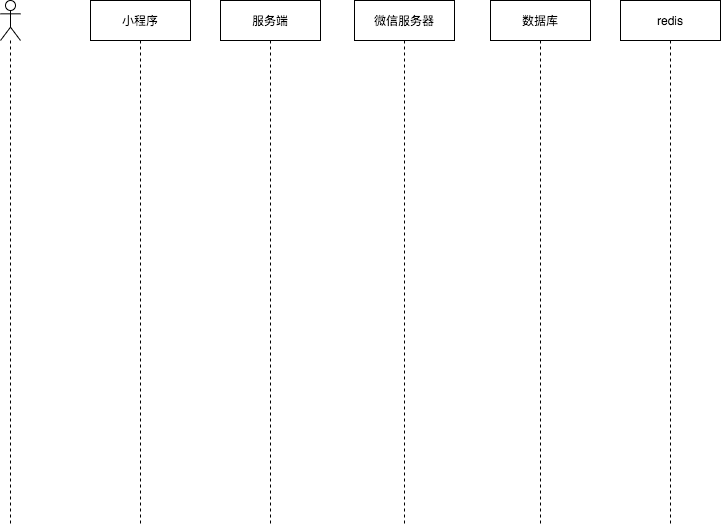
Above: 时序图/小程序登录时序.png in qiuguorong/uml-diagram (draw.io), before the change. Source tidied: cells renumbered, new cells last; positions are measured from the earlier drawing's top-left corner, leaving out a move shared by most shapes. Source of this version:
```xml
<mxGraphModel>
  <root>
    <mxCell id="0" />
    <mxCell id="1" parent="0" />
    <mxCell id="2" value="小程序" style="shape=umlLifeline;perimeter=lifelinePerimeter;whiteSpace=wrap;html=1;outlineConnect=0;" parent="1" vertex="1">
      <mxGeometry x="90" width="100" height="523" as="geometry" />
    </mxCell>
    <mxCell id="3" value="服务端" style="shape=umlLifeline;perimeter=lifelinePerimeter;whiteSpace=wrap;html=1;outlineConnect=0;" parent="1" vertex="1">
      <mxGeometry x="220" width="100" height="523" as="geometry" />
    </mxCell>
    <mxCell id="4" value="数据库" style="shape=umlLifeline;perimeter=lifelinePerimeter;whiteSpace=wrap;html=1;" parent="1" vertex="1">
      <mxGeometry x="490" width="100" height="523" as="geometry" />
    </mxCell>
    <mxCell id="5" value="redis" style="shape=umlLifeline;perimeter=lifelinePerimeter;whiteSpace=wrap;html=1;" parent="1" vertex="1">
      <mxGeometry x="620" width="100" height="523" as="geometry" />
    </mxCell>
    <mxCell id="6" value="微信服务器" style="shape=umlLifeline;perimeter=lifelinePerimeter;whiteSpace=wrap;html=1;" parent="1" vertex="1">
      <mxGeometry x="354" width="100" height="523" as="geometry" />
    </mxCell>
    <mxCell id="7" style="shape=umlLifeline;participant=umlActor;perimeter=lifelinePerimeter;whiteSpace=wrap;html=1;verticalAlign=top;spacingTop=36;outlineConnect=0;" parent="1" vertex="1">
      <mxGeometry width="20" height="523" as="geometry" />
    </mxCell>
  </root>
</mxGraphModel>
```
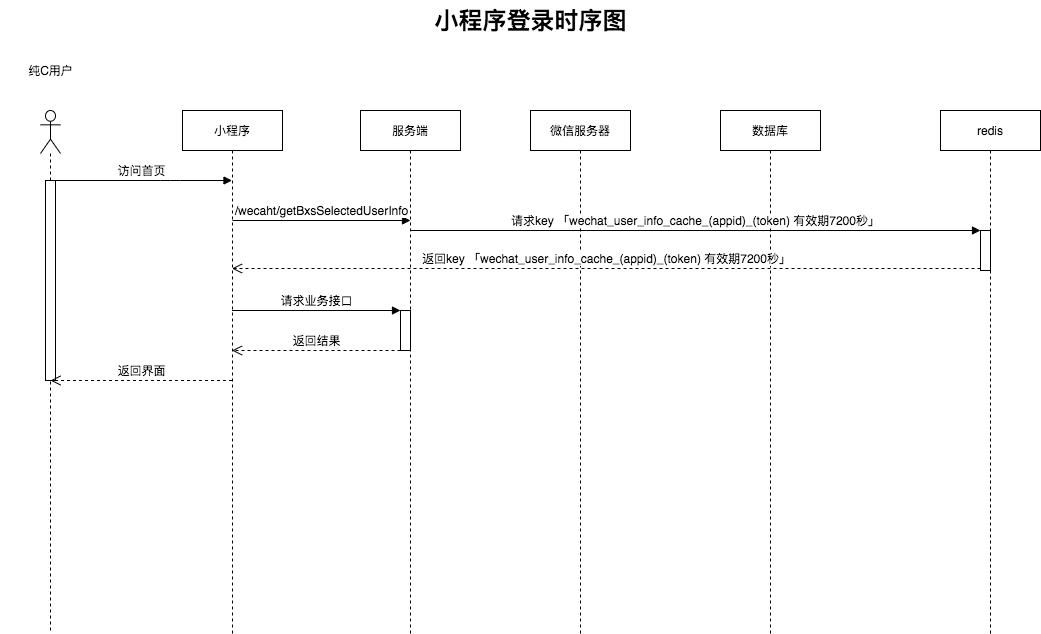
The same file after the commit.

Commit message:
Update 小程序登录时序.png

The edit, as a diff of the source:
```diff
@@ -3,22 +3,71 @@
     <mxCell id="0" />
     <mxCell id="1" parent="0" />
     <mxCell id="2" value="小程序" style="shape=umlLifeline;perimeter=lifelinePerimeter;whiteSpace=wrap;html=1;outlineConnect=0;" parent="1" vertex="1">
-      <mxGeometry x="90" width="100" height="523" as="geometry" />
+      <mxGeometry x="192" y="43" width="100" height="523" as="geometry" />
     </mxCell>
     <mxCell id="3" value="服务端" style="shape=umlLifeline;perimeter=lifelinePerimeter;whiteSpace=wrap;html=1;outlineConnect=0;" parent="1" vertex="1">
-      <mxGeometry x="220" width="100" height="523" as="geometry" />
+      <mxGeometry x="370" y="43" width="100" height="523" as="geometry" />
     </mxCell>
+    <mxCell id="8" style="html=1;points=[];perimeter=orthogonalPerimeter;fontSize=12;" parent="3" vertex="1">
+      <mxGeometry x="40" y="200" width="10" height="40" as="geometry" />
+    </mxCell>
     <mxCell id="4" value="数据库" style="shape=umlLifeline;perimeter=lifelinePerimeter;whiteSpace=wrap;html=1;" parent="1" vertex="1">
-      <mxGeometry x="490" width="100" height="523" as="geometry" />
+      <mxGeometry x="730" y="43" width="100" height="523" as="geometry" />
     </mxCell>
     <mxCell id="5" value="redis" style="shape=umlLifeline;perimeter=lifelinePerimeter;whiteSpace=wrap;html=1;" parent="1" vertex="1">
-      <mxGeometry x="620" width="100" height="523" as="geometry" />
+      <mxGeometry x="950" y="43" width="100" height="523" as="geometry" />
     </mxCell>
+    <mxCell id="9" style="html=1;points=[];perimeter=orthogonalPerimeter;fontSize=12;" parent="5" vertex="1">
+      <mxGeometry x="40" y="120" width="10" height="40" as="geometry" />
+    </mxCell>
     <mxCell id="6" value="微信服务器" style="shape=umlLifeline;perimeter=lifelinePerimeter;whiteSpace=wrap;html=1;" parent="1" vertex="1">
-      <mxGeometry x="354" width="100" height="523" as="geometry" />
+      <mxGeometry x="540" y="43" width="100" height="523" as="geometry" />
     </mxCell>
-    <mxCell id="7" style="shape=umlLifeline;participant=umlActor;perimeter=lifelinePerimeter;whiteSpace=wrap;html=1;verticalAlign=top;spacingTop=36;outlineConnect=0;" parent="1" vertex="1">
-      <mxGeometry width="20" height="523" as="geometry" />
+    <mxCell id="7" style="shape=umlLifeline;participant=umlActor;perimeter=lifelinePerimeter;whiteSpace=wrap;html=1;verticalAlign=top;spacingTop=36;outlineConnect=0;textDirection=ltr;size=43;" parent="1" vertex="1">
+      <mxGeometry x="50" y="43" width="20" height="523" as="geometry" />
     </mxCell>
+    <mxCell id="10" style="html=1;perimeter=orthogonalPerimeter;fontSize=12;" parent="7" vertex="1">
+      <mxGeometry x="5" y="70" width="10" height="200" as="geometry" />
+    </mxCell>
+    <mxCell id="11" value="小程序登录时序图" style="text;strokeColor=none;fillColor=none;html=1;fontSize=24;fontStyle=1;verticalAlign=middle;align=center;" parent="1" vertex="1">
+      <mxGeometry x="490" y="-67" width="100" height="40" as="geometry" />
+    </mxCell>
+    <mxCell id="12" value="纯C用户" style="text;strokeColor=none;fillColor=none;html=1;fontSize=12;fontStyle=0;verticalAlign=middle;align=center;" parent="1" vertex="1">
+      <mxGeometry x="10" y="-17" width="100" height="40" as="geometry" />
+    </mxCell>
+    <mxCell id="13" value="访问首页" style="html=1;verticalAlign=bottom;endArrow=block;fontSize=12;" parent="1" edge="1" source="7" target="2">
+      <mxGeometry relative="1" as="geometry">
+        <Array as="points">
+          <mxPoint x="180" y="113" />
+        </Array>
+      </mxGeometry>
+    </mxCell>
+    <mxCell id="14" value="/wecaht/getBxsSelectedUserInfo" style="html=1;verticalAlign=bottom;endArrow=block;fontSize=12;align=center;" parent="1" edge="1">
+      <mxGeometry relative="1" as="geometry">
+        <mxPoint x="242" y="153" as="sourcePoint" />
+        <mxPoint x="420" y="153" as="targetPoint" />
+      </mxGeometry>
+    </mxCell>
+    <mxCell id="15" value="请求key 「wechat_user_info_cache_(appid)_(token) 有效期7200秒」" style="html=1;verticalAlign=bottom;endArrow=block;entryX=0;entryY=0;fontSize=12;align=center;" parent="1" edge="1" source="3" target="9">
+      <mxGeometry relative="1" as="geometry" />
+    </mxCell>
+    <mxCell id="16" value="返回key 「wechat_user_info_cache_(appid)_(token) 有效期7200秒」" style="html=1;verticalAlign=bottom;endArrow=open;dashed=1;endSize=8;exitX=0;exitY=0.95;fontSize=12;align=center;" parent="1" edge="1" source="9" target="2">
+      <mxGeometry relative="1" as="geometry" />
+    </mxCell>
+    <mxCell id="17" value="请求业务接口" style="html=1;verticalAlign=bottom;endArrow=block;entryX=0;entryY=0;fontSize=12;align=center;" parent="1" edge="1" source="2" target="8">
+      <mxGeometry relative="1" as="geometry" />
+    </mxCell>
+    <mxCell id="18" value="返回结果" style="html=1;verticalAlign=bottom;endArrow=open;dashed=1;endSize=8;fontSize=12;align=center;" parent="1" edge="1" source="8" target="2">
+      <mxGeometry relative="1" as="geometry">
+        <Array as="points">
+          <mxPoint x="360" y="283" />
+        </Array>
+      </mxGeometry>
+    </mxCell>
+    <mxCell id="19" value="返回界面" style="html=1;verticalAlign=bottom;endArrow=open;dashed=1;endSize=8;fontSize=12;align=center;" parent="1" edge="1" source="2">
+      <mxGeometry relative="1" as="geometry">
+        <mxPoint x="60" y="313" as="targetPoint" />
+      </mxGeometry>
+    </mxCell>
   </root>
 </mxGraphModel>
```
